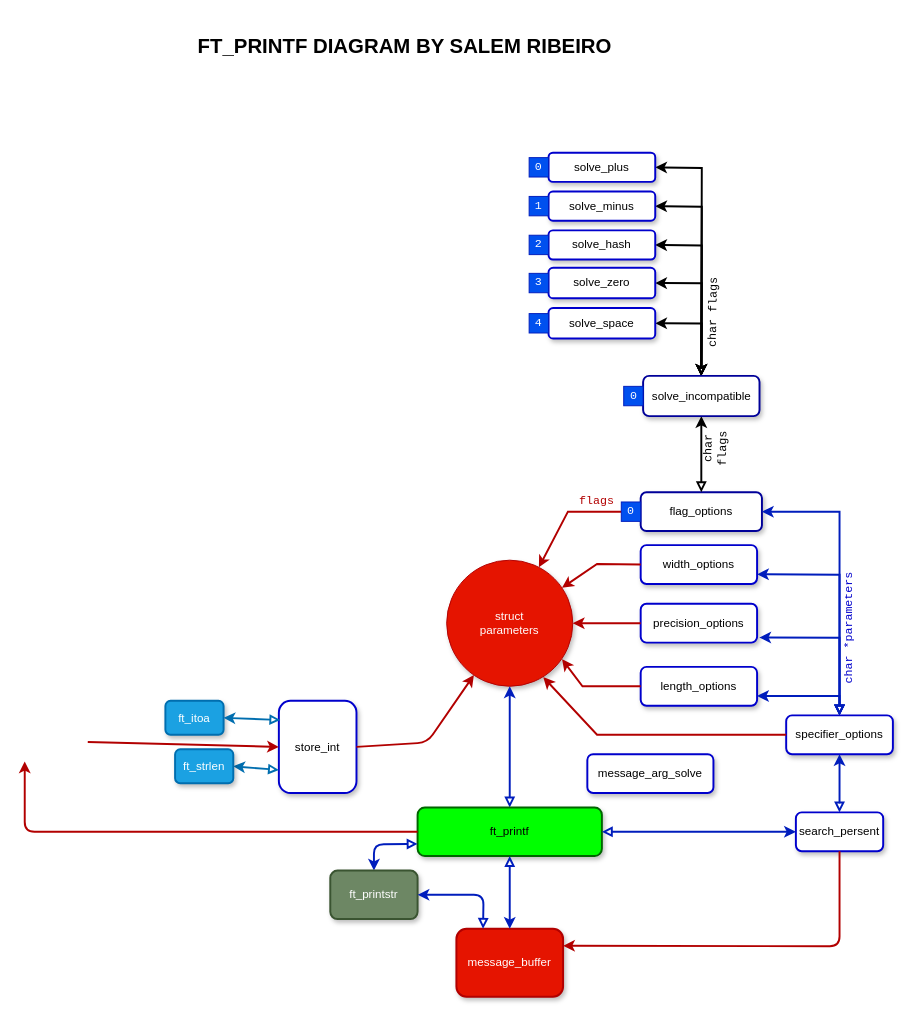
Before: Diagram/Diagram.drawio in salemribeiro/42_Printf, a draw.io diagram. Source tidied: cells renumbered, new cells numbered last; positions are measured from the earlier drawing's top-left corner, leaving out a move shared by most shapes. Both pictures are drawn from the tidied source at 97%, with x=0, y=0 at pixel (24, 16).
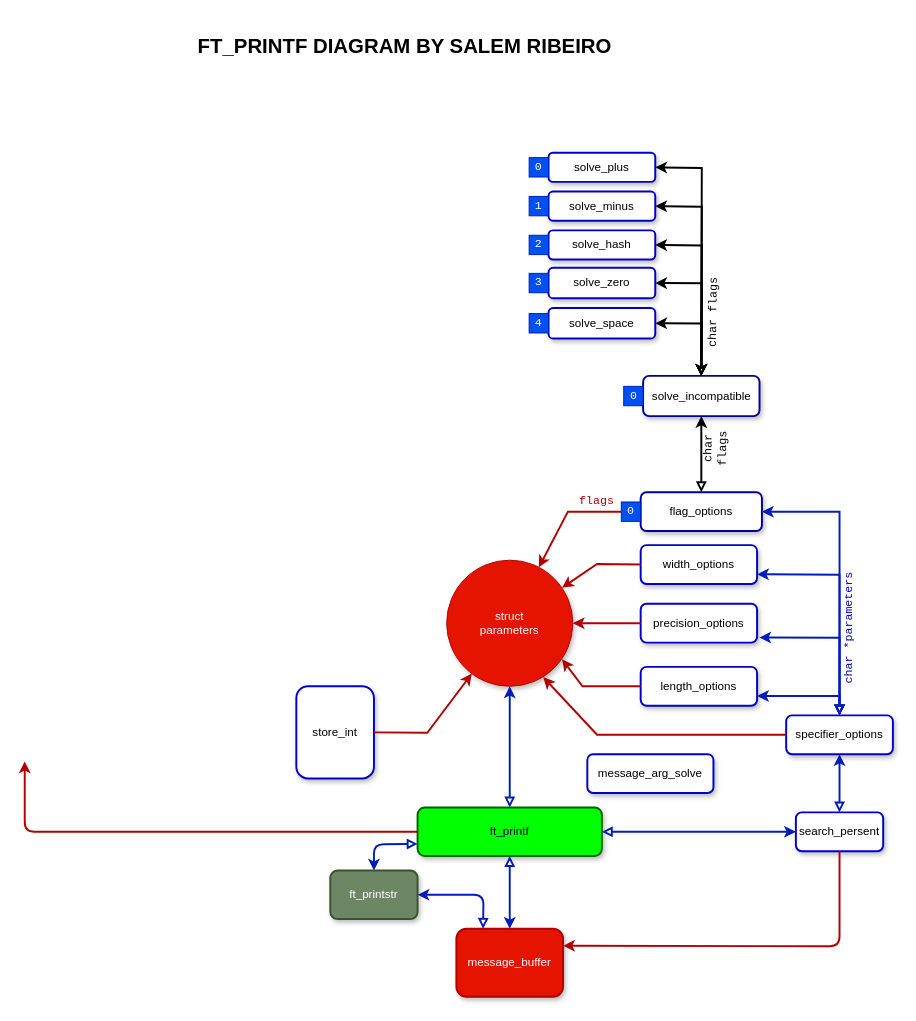
Above is the later version.

Commit message:
Retirada de funções secundárias do diagram

The change refers to these unchanged cells:
```xml
<mxCell id="6" value="struct&lt;br&gt;parameters" style="ellipse;whiteSpace=wrap;html=1;rounded=1;shadow=1;glass=0;fillColor=#e51400;strokeColor=#B20000;fontColor=#ffffff;gradientColor=none;" parent="1" vertex="1">
  <mxGeometry x="435" y="560" width="130" height="130" as="geometry" />
</mxCell>
```

What changed in the source:
```diff
@@
     <mxCell id="22" value="store_int" style="rounded=1;whiteSpace=wrap;html=1;rotation=0;shadow=1;strokeColor=#0000CC;strokeWidth=2;" parent="1" vertex="1">
-      <mxGeometry x="262" y="705" width="80" height="95" as="geometry" />
+      <mxGeometry x="280" y="690" width="80" height="95" as="geometry" />
     </mxCell>
-    <mxCell id="23" value="ft_itoa" style="rounded=1;whiteSpace=wrap;html=1;rotation=0;shadow=1;strokeWidth=2;strokeColor=#006EAF;fillColor=#1ba1e2;fontColor=#ffffff;" parent="1" vertex="1">
-      <mxGeometry x="145" y="705" width="60" height="35" as="geometry" />
-    </mxCell>
@@
-    <mxCell id="31" style="endArrow=classic;html=1;strokeWidth=2;exitX=1;exitY=0.5;exitDx=0;exitDy=0;fillColor=#e51400;strokeColor=#B20000;" parent="1" edge="1" source="22" target="6">
+    <mxCell id="31" style="endArrow=classic;html=1;strokeWidth=2;exitX=1;exitY=0.5;exitDx=0;exitDy=0;fillColor=#e51400;strokeColor=#B20000;rounded=0;" parent="1" edge="1" source="22" target="6">
       <mxGeometry relative="1" as="geometry">
         <Array as="points">
-          <mxPoint x="415" y="748" />
+          <mxPoint x="415" y="738" />
         </Array>
       </mxGeometry>
     </mxCell>
-    <mxCell id="32" style="endArrow=classic;html=1;strokeWidth=2;exitX=1;exitY=0.5;exitDx=0;exitDy=0;fillColor=#e51400;strokeColor=#B20000;entryX=0;entryY=0.5;entryDx=0;entryDy=0;" parent="1" edge="1" target="22">
-      <mxGeometry relative="1" as="geometry">
-        <mxPoint x="65" y="747.5" as="sourcePoint" />
-      </mxGeometry>
-    </mxCell>
-    <mxCell id="33" style="endArrow=classic;startArrow=block;html=1;strokeWidth=2;entryX=1;entryY=0.5;entryDx=0;entryDy=0;exitX=0.018;exitY=0.208;exitDx=0;exitDy=0;fillColor=#1ba1e2;strokeColor=#006EAF;startFill=0;exitPerimeter=0;" parent="1" edge="1" source="22" target="23">
-      <mxGeometry relative="1" as="geometry" />
-    </mxCell>
-    <mxCell id="34" style="endArrow=classic;startArrow=block;html=1;strokeWidth=2;exitX=0;exitY=0.75;exitDx=0;exitDy=0;fillColor=#1ba1e2;strokeColor=#006EAF;startFill=0;entryX=1;entryY=0.5;entryDx=0;entryDy=0;" parent="1" edge="1" source="22" target="35">
-      <mxGeometry relative="1" as="geometry" />
-    </mxCell>
-    <mxCell id="35" value="ft_strlen" style="rounded=1;whiteSpace=wrap;html=1;rotation=0;shadow=1;strokeWidth=2;strokeColor=#006EAF;fillColor=#1ba1e2;fontColor=#ffffff;" parent="1" vertex="1">
-      <mxGeometry x="155" y="755" width="60" height="35" as="geometry" />
-    </mxCell>
```
